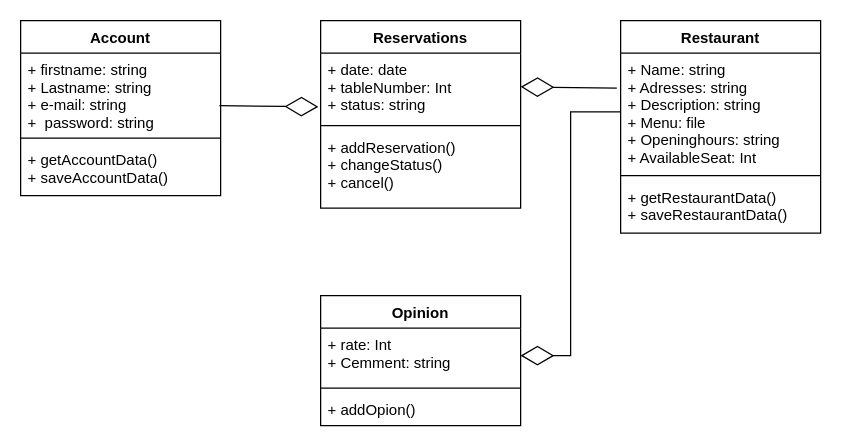
The draw.io diagram Diagram bez tytułu.drawio in MikiTGame/projekt-bauman, before the edit. Source tidied: cells renumbered, new cells numbered last; positions are measured from the earlier drawing's top-left corner, leaving out a move shared by most shapes. Both pictures are drawn from the tidied source at 125%, with x=0, y=0 at pixel (20, 20).
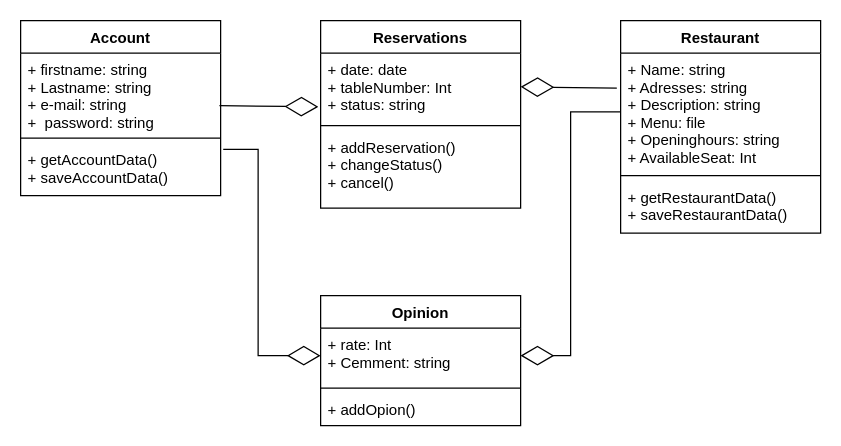
The same page after the edit.

The change refers to these unchanged cells:
```xml
<mxCell id="5" value="+ getAccountData()&#10;+ saveAccountData()" style="text;strokeColor=none;fillColor=none;align=left;verticalAlign=top;spacingLeft=4;spacingRight=4;overflow=hidden;points=[[0,0.5],[1,0.5]];portConstraint=eastwest;" parent="2" vertex="1">
  <mxGeometry y="98" width="160" height="42" as="geometry" />
</mxCell>
<mxCell id="15" value="+ rate: Int&#10;+ Cemment: string" style="text;strokeColor=none;fillColor=none;align=left;verticalAlign=top;spacingLeft=4;spacingRight=4;overflow=hidden;points=[[0,0.5],[1,0.5]];portConstraint=eastwest;" parent="14" vertex="1">
  <mxGeometry y="26" width="160" height="44" as="geometry" />
</mxCell>
```

The edit, as a diff of the source:
```diff
@@
+    <mxCell id="21" style="endArrow=diamondThin;endFill=0;endSize=24;html=1;rounded=0;exitX=1.013;exitY=0.119;exitDx=0;exitDy=0;exitPerimeter=0;entryX=0;entryY=0.5;entryDx=0;entryDy=0;" parent="1" edge="1" source="5" target="15">
+      <mxGeometry relative="1" as="geometry">
+        <Array as="points">
+          <mxPoint x="190" y="103" />
+          <mxPoint x="190" y="268" />
+        </Array>
+      </mxGeometry>
+    </mxCell>
```
